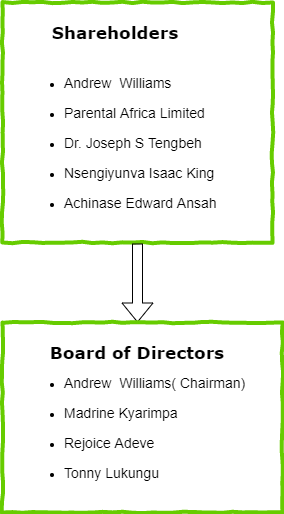
Earlier version of the draw.io export client/src/images/chart.png (Nsengiyunva/express-react). Source tidied: cells renumbered, new cells last; positions are measured from the earlier drawing's top-left corner, leaving out a move shared by most shapes.
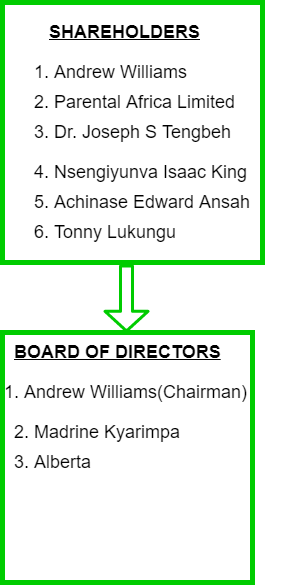
After the change.

Diff of the diagram source:
```diff
@@ -2,49 +2,49 @@
   <root>
     <mxCell id="0" />
     <mxCell id="1" parent="0" />
-    <mxCell id="2" style="rounded=0;whiteSpace=wrap;html=1;comic=1;strokeColor=#66CC00;strokeWidth=4;perimeterSpacing=1;" parent="1" vertex="1">
-      <mxGeometry width="270" height="240" as="geometry" />
-    </mxCell>
-    <mxCell id="3" value="&lt;font face=&quot;Verdana&quot;&gt;&lt;b style=&quot;font-size: 17px&quot;&gt;Shareholders&lt;/b&gt;&lt;/font&gt;" style="text;html=1;strokeColor=none;fillColor=none;align=center;verticalAlign=middle;whiteSpace=wrap;rounded=0;comic=1;" parent="1" vertex="1">
-      <mxGeometry x="92.5" y="20" width="40" height="20" as="geometry" />
-    </mxCell>
-    <mxCell id="4" value="&lt;ul&gt;&lt;li&gt;&lt;font style=&quot;font-size: 14px&quot;&gt;Andrew&amp;nbsp; Williams&lt;/font&gt;&lt;/li&gt;&lt;/ul&gt;" style="text;html=1;strokeColor=none;fillColor=none;align=left;verticalAlign=middle;whiteSpace=wrap;rounded=0;comic=1;" parent="1" vertex="1">
-      <mxGeometry x="20" y="70" width="185" height="20" as="geometry" />
-    </mxCell>
-    <mxCell id="5" value="&lt;ul&gt;&lt;li&gt;&lt;font style=&quot;font-size: 14px&quot;&gt;Parental Africa Limited&lt;/font&gt;&lt;/li&gt;&lt;/ul&gt;" style="text;html=1;strokeColor=none;fillColor=none;align=left;verticalAlign=middle;whiteSpace=wrap;rounded=0;comic=1;" parent="1" vertex="1">
-      <mxGeometry x="20" y="100" width="185" height="20" as="geometry" />
-    </mxCell>
-    <mxCell id="6" value="&lt;ul&gt;&lt;li&gt;&lt;font style=&quot;font-size: 14px&quot;&gt;Dr. Joseph S Tengbeh&lt;/font&gt;&lt;/li&gt;&lt;/ul&gt;" style="text;html=1;strokeColor=none;fillColor=none;align=left;verticalAlign=middle;whiteSpace=wrap;rounded=0;comic=1;" parent="1" vertex="1">
-      <mxGeometry x="20" y="130" width="185" height="20" as="geometry" />
-    </mxCell>
-    <mxCell id="7" value="&lt;ul&gt;&lt;li&gt;&lt;font style=&quot;font-size: 14px&quot;&gt;Nsengiyunva Isaac King&lt;/font&gt;&lt;/li&gt;&lt;/ul&gt;" style="text;html=1;strokeColor=none;fillColor=none;align=left;verticalAlign=middle;whiteSpace=wrap;rounded=0;comic=1;" parent="1" vertex="1">
-      <mxGeometry x="20" y="160" width="230" height="20" as="geometry" />
-    </mxCell>
-    <mxCell id="8" value="&lt;ul&gt;&lt;li&gt;&lt;font style=&quot;font-size: 14px&quot;&gt;Achinase Edward Ansah&lt;/font&gt;&lt;/li&gt;&lt;/ul&gt;" style="text;html=1;strokeColor=none;fillColor=none;align=left;verticalAlign=middle;whiteSpace=wrap;rounded=0;comic=1;" parent="1" vertex="1">
-      <mxGeometry x="20" y="190" width="230" height="20" as="geometry" />
-    </mxCell>
-    <mxCell id="9" style="shape=flexArrow;endArrow=classic;html=1;exitX=0.5;exitY=1;exitDx=0;exitDy=0;" parent="1" edge="1" source="2">
-      <mxGeometry relative="1" as="geometry">
-        <mxPoint x="135" y="320" as="targetPoint" />
-      </mxGeometry>
-    </mxCell>
-    <mxCell id="10" value="&lt;span style=&quot;color: rgba(0 , 0 , 0 , 0) ; font-family: monospace ; font-size: 0px&quot;&gt;%3CmxGraphModel%3E%3Croot%3E%3CmxCell%20id%3D%220%22%2F%3E%3CmxCell%20id%3D%221%22%20parent%3D%220%22%2F%3E%3CmxCell%20id%3D%222%22%20value%3D%22%26lt%3Bul%26gt%3B%26lt%3Bli%26gt%3B%26lt%3Bfont%20style%3D%26quot%3Bfont-size%3A%2014px%26quot%3B%26gt%3BNsengiyunva%20Isaac%20King%26lt%3B%2Ffont%26gt%3B%26lt%3B%2Fli%26gt%3B%26lt%3B%2Ful%26gt%3B%22%20style%3D%22text%3Bhtml%3D1%3BstrokeColor%3Dnone%3BfillColor%3Dnone%3Balign%3Dleft%3BverticalAlign%3Dmiddle%3BwhiteSpace%3Dwrap%3Brounded%3D0%3Bcomic%3D1%3B%22%20vertex%3D%221%22%20parent%3D%221%22%3E%3CmxGeometry%20x%3D%22400%22%20y%3D%22280%22%20width%3D%22230%22%20height%3D%2220%22%20as%3D%22geometry%22%2F%3E%3C%2FmxCell%3E%3C%2Froot%3E%3C%2FmxGraphModel%3E&lt;/span&gt;" style="rounded=0;whiteSpace=wrap;html=1;comic=1;strokeColor=#66CC00;strokeWidth=4;" parent="1" vertex="1">
-      <mxGeometry y="320" width="280" height="190" as="geometry" />
-    </mxCell>
-    <mxCell id="11" value="&lt;font face=&quot;Verdana&quot;&gt;&lt;b style=&quot;font-size: 17px&quot;&gt;Board of Directors&lt;/b&gt;&lt;/font&gt;" style="text;html=1;strokeColor=none;fillColor=none;align=center;verticalAlign=middle;whiteSpace=wrap;rounded=0;comic=1;" parent="1" vertex="1">
-      <mxGeometry x="20" y="340" width="230" height="20" as="geometry" />
-    </mxCell>
-    <mxCell id="12" value="&lt;ul&gt;&lt;li&gt;&lt;font style=&quot;font-size: 14px&quot;&gt;Andrew&amp;nbsp; Williams( Chairman)&lt;/font&gt;&lt;/li&gt;&lt;/ul&gt;" style="text;html=1;strokeColor=none;fillColor=none;align=left;verticalAlign=middle;whiteSpace=wrap;rounded=0;comic=1;" parent="1" vertex="1">
-      <mxGeometry x="20" y="370" width="230" height="20" as="geometry" />
-    </mxCell>
-    <mxCell id="13" value="&lt;ul&gt;&lt;li&gt;&lt;font style=&quot;font-size: 14px&quot;&gt;Madrine Kyarimpa&lt;/font&gt;&lt;/li&gt;&lt;/ul&gt;" style="text;html=1;strokeColor=none;fillColor=none;align=left;verticalAlign=middle;whiteSpace=wrap;rounded=0;comic=1;" parent="1" vertex="1">
-      <mxGeometry x="20" y="400" width="185" height="20" as="geometry" />
-    </mxCell>
-    <mxCell id="14" value="&lt;ul&gt;&lt;li&gt;&lt;font style=&quot;font-size: 14px&quot;&gt;Rejoice Adeve&lt;/font&gt;&lt;/li&gt;&lt;/ul&gt;" style="text;html=1;strokeColor=none;fillColor=none;align=left;verticalAlign=middle;whiteSpace=wrap;rounded=0;comic=1;" parent="1" vertex="1">
-      <mxGeometry x="20" y="430" width="185" height="20" as="geometry" />
-    </mxCell>
-    <mxCell id="15" value="&lt;ul&gt;&lt;li&gt;&lt;font style=&quot;font-size: 14px&quot;&gt;Tonny Lukungu&lt;/font&gt;&lt;/li&gt;&lt;/ul&gt;" style="text;html=1;strokeColor=none;fillColor=none;align=left;verticalAlign=middle;whiteSpace=wrap;rounded=0;comic=1;" parent="1" vertex="1">
-      <mxGeometry x="20" y="460" width="185" height="20" as="geometry" />
-    </mxCell>
+    <mxCell id="16" style="whiteSpace=wrap;html=1;strokeWidth=5;strokeColor=#00CC00;" parent="1" vertex="1">
+      <mxGeometry x="20" y="-70" width="260" height="260" as="geometry" />
+    </mxCell>
+    <mxCell id="17" value="&lt;h2&gt;&lt;span style=&quot;font-weight: normal&quot;&gt;1. Andrew Williams&lt;/span&gt;&lt;/h2&gt;" style="text;html=1;strokeColor=none;fillColor=none;align=left;verticalAlign=middle;whiteSpace=wrap;rounded=0;fontStyle=1;" parent="1" vertex="1">
+      <mxGeometry x="50" y="-10" width="220" height="20" as="geometry" />
+    </mxCell>
+    <mxCell id="18" value="&lt;h2&gt;&lt;span style=&quot;font-weight: normal&quot;&gt;2. Parental Africa Limited&lt;/span&gt;&lt;/h2&gt;" style="text;html=1;strokeColor=none;fillColor=none;align=left;verticalAlign=middle;whiteSpace=wrap;rounded=0;" parent="1" vertex="1">
+      <mxGeometry x="50" y="20" width="220" height="20" as="geometry" />
+    </mxCell>
+    <mxCell id="19" value="&lt;h2&gt;&lt;span style=&quot;font-weight: normal&quot;&gt;3. Dr. Joseph S Tengbeh&lt;/span&gt;&lt;/h2&gt;" style="text;html=1;strokeColor=none;fillColor=none;align=left;verticalAlign=middle;whiteSpace=wrap;rounded=0;" parent="1" vertex="1">
+      <mxGeometry x="50" y="50" width="220" height="20" as="geometry" />
+    </mxCell>
+    <mxCell id="20" value="&lt;h2&gt;&lt;span style=&quot;font-weight: normal&quot;&gt;4. Nsengiyunva Isaac King&lt;/span&gt;&lt;/h2&gt;" style="text;html=1;strokeColor=none;fillColor=none;align=left;verticalAlign=middle;whiteSpace=wrap;rounded=0;" parent="1" vertex="1">
+      <mxGeometry x="50" y="90" width="250" height="20" as="geometry" />
+    </mxCell>
+    <mxCell id="21" value="&lt;h2&gt;&lt;span style=&quot;font-weight: normal&quot;&gt;5. Achinase Edward Ansah&lt;/span&gt;&lt;/h2&gt;" style="text;html=1;strokeColor=none;fillColor=none;align=left;verticalAlign=middle;whiteSpace=wrap;rounded=0;fontStyle=1;" parent="1" vertex="1">
+      <mxGeometry x="50" y="120" width="260" height="20" as="geometry" />
+    </mxCell>
+    <mxCell id="22" value="&lt;h2&gt;&lt;span style=&quot;font-weight: normal&quot;&gt;6. Tonny Lukungu&lt;/span&gt;&lt;/h2&gt;" style="text;html=1;strokeColor=none;fillColor=none;align=left;verticalAlign=middle;whiteSpace=wrap;rounded=0;" parent="1" vertex="1">
+      <mxGeometry x="50" y="150" width="220" height="20" as="geometry" />
+    </mxCell>
+    <mxCell id="23" style="shape=flexArrow;endArrow=classic;html=1;endWidth=28;endSize=5.56;strokeColor=#00CC00;strokeWidth=3;exitX=0.477;exitY=1.008;exitDx=0;exitDy=0;exitPerimeter=0;" parent="1" edge="1" source="16">
+      <mxGeometry relative="1" as="geometry">
+        <mxPoint x="144" y="260" as="targetPoint" />
+      </mxGeometry>
+    </mxCell>
+    <mxCell id="24" style="whiteSpace=wrap;html=1;strokeWidth=5;strokeColor=#00CC00;" parent="1" vertex="1">
+      <mxGeometry x="20" y="260" width="250" height="250" as="geometry" />
+    </mxCell>
+    <mxCell id="25" value="&lt;h2&gt;&lt;span style=&quot;font-weight: normal&quot;&gt;1. Andrew Williams(Chairman)&lt;/span&gt;&lt;/h2&gt;" style="text;html=1;strokeColor=none;fillColor=none;align=left;verticalAlign=middle;whiteSpace=wrap;rounded=0;" parent="1" vertex="1">
+      <mxGeometry x="20" y="310" width="250" height="20" as="geometry" />
+    </mxCell>
+    <mxCell id="26" value="&lt;h2&gt;&lt;u&gt;SHAREHOLDERS&lt;/u&gt;&lt;/h2&gt;" style="text;html=1;strokeColor=none;fillColor=none;align=left;verticalAlign=middle;whiteSpace=wrap;rounded=0;" parent="1" vertex="1">
+      <mxGeometry x="65" y="-50" width="220" height="20" as="geometry" />
+    </mxCell>
+    <mxCell id="27" value="&lt;h2&gt;&lt;span style=&quot;font-weight: 400&quot;&gt;2. Madrine Kyarimpa&lt;/span&gt;&lt;/h2&gt;" style="text;html=1;strokeColor=none;fillColor=none;align=left;verticalAlign=middle;whiteSpace=wrap;rounded=0;" parent="1" vertex="1">
+      <mxGeometry x="30" y="350" width="170" height="20" as="geometry" />
+    </mxCell>
+    <mxCell id="28" value="&lt;h2&gt;BOARD OF DIRECTORS&lt;/h2&gt;" style="text;html=1;strokeColor=none;fillColor=none;align=left;verticalAlign=middle;whiteSpace=wrap;rounded=0;fontStyle=4;" parent="1" vertex="1">
+      <mxGeometry x="30" y="270" width="220" height="20" as="geometry" />
+    </mxCell>
+    <mxCell id="29" value="&lt;h2&gt;&lt;span style=&quot;font-weight: 400&quot;&gt;3. Alberta&amp;nbsp;&lt;/span&gt;&lt;/h2&gt;" style="text;html=1;strokeColor=none;fillColor=none;align=left;verticalAlign=middle;whiteSpace=wrap;rounded=0;" parent="1" vertex="1">
+      <mxGeometry x="30" y="380" width="170" height="20" as="geometry" />
+    </mxCell>
   </root>
 </mxGraphModel>
```
